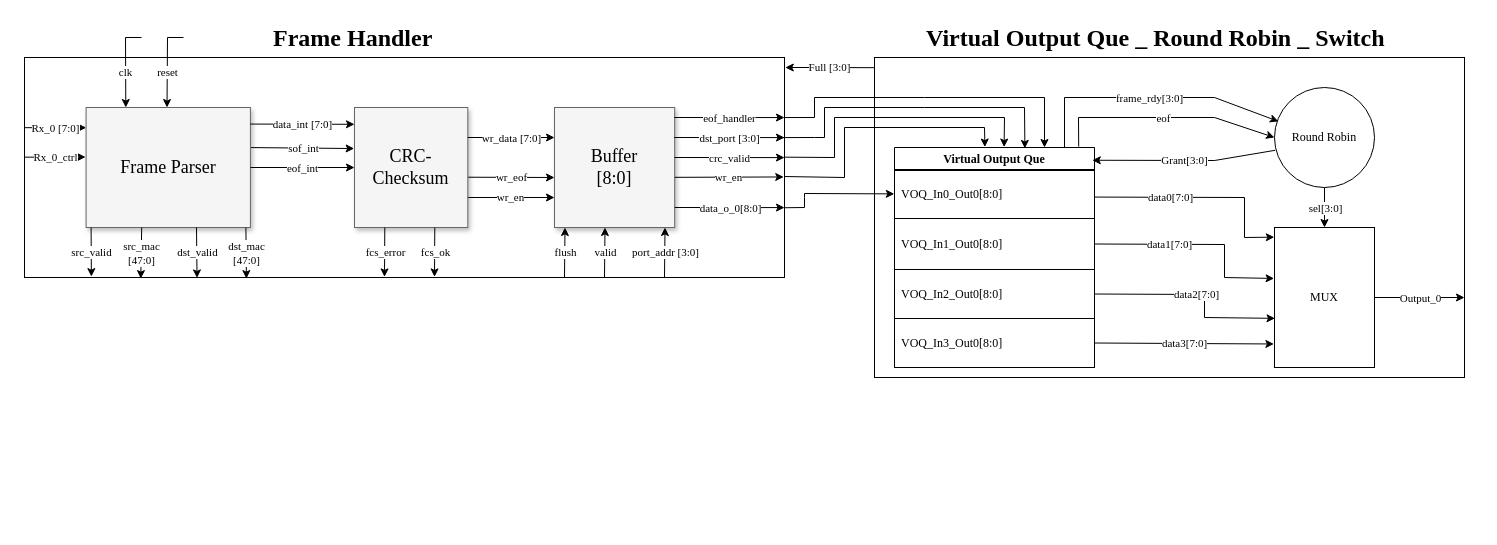
Earlier version of the draw.io diagram FPGA_switch.drawio (Meschr/FPGA_Bitflip). Source tidied: cells renumbered, new cells numbered last; positions are measured from the earlier drawing's top-left corner, leaving out a move shared by most shapes. Both pictures are drawn from the tidied source at 100%, with x=0, y=0 at pixel (24, 17).
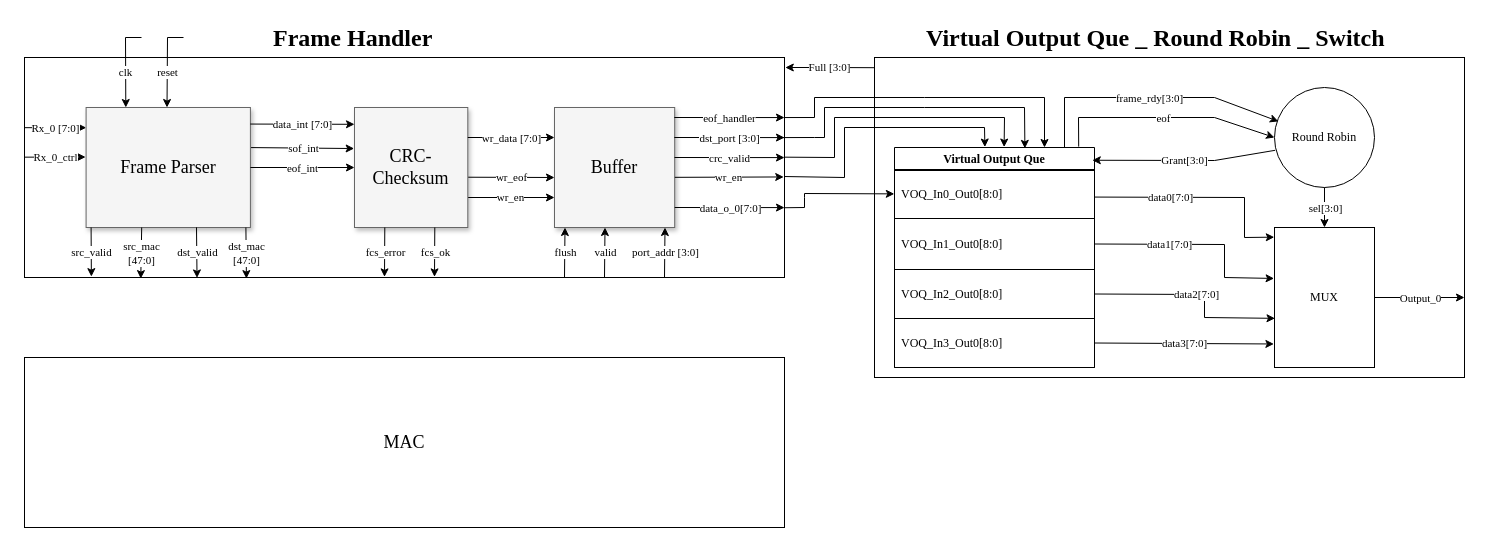
Above is the later version.

Commit message:
MAC learning must be implemented than it's done

The change refers to these unchanged cells:
```xml
<mxCell id="3" style="group;fontFamily=Times New Roman;" parent="1" vertex="1">
  <mxGeometry y="10" width="770" height="280" as="geometry" />
</mxCell>
<mxCell id="28" style="endArrow=classic;html=1;rounded=0;entryX=1;entryY=0.637;entryDx=0;entryDy=0;exitX=1;exitY=0.5;exitDx=0;exitDy=0;entryPerimeter=0;fontFamily=Times New Roman;" parent="3" edge="1">
  <mxGeometry relative="1" as="geometry">
    <mxPoint x="650.2" y="180" as="sourcePoint" />
    <mxPoint x="760" y="180.1" as="targetPoint" />
  </mxGeometry>
</mxCell>
```

What changed in the source:
```diff
@@
-    <mxCell id="15" value="Buffer&lt;div&gt;[8:0]&lt;/div&gt;" style="whiteSpace=wrap;html=1;shadow=1;fontSize=18;fillColor=#f5f5f5;strokeColor=#666666;fontFamily=Times New Roman;" parent="3" vertex="1">
+    <mxCell id="15" value="Buffer" style="whiteSpace=wrap;html=1;shadow=1;fontSize=18;fillColor=#f5f5f5;strokeColor=#666666;fontFamily=Times New Roman;" parent="3" vertex="1">
       <mxGeometry x="530" y="80" width="120.2" height="120" as="geometry" />
     </mxCell>
@@
-    <mxCell id="29" value="data_o_0[8:0]" style="edgeLabel;html=1;align=center;verticalAlign=middle;fontFamily=Times New Roman;" parent="28" vertex="1">
+    <mxCell id="29" value="data_o_0[7:0]" style="edgeLabel;html=1;align=center;verticalAlign=middle;fontFamily=Times New Roman;" parent="28" vertex="1">
       <mxGeometry relative="1" as="geometry" />
     </mxCell>
@@
+    <mxCell id="93" value="&lt;font face=&quot;Times New Roman&quot; style=&quot;font-size: 18px;&quot;&gt;MAC&lt;/font&gt;" style="rounded=0;whiteSpace=wrap;html=1;" parent="1" vertex="1">
+      <mxGeometry y="340" width="760" height="170" as="geometry" />
+    </mxCell>
```
